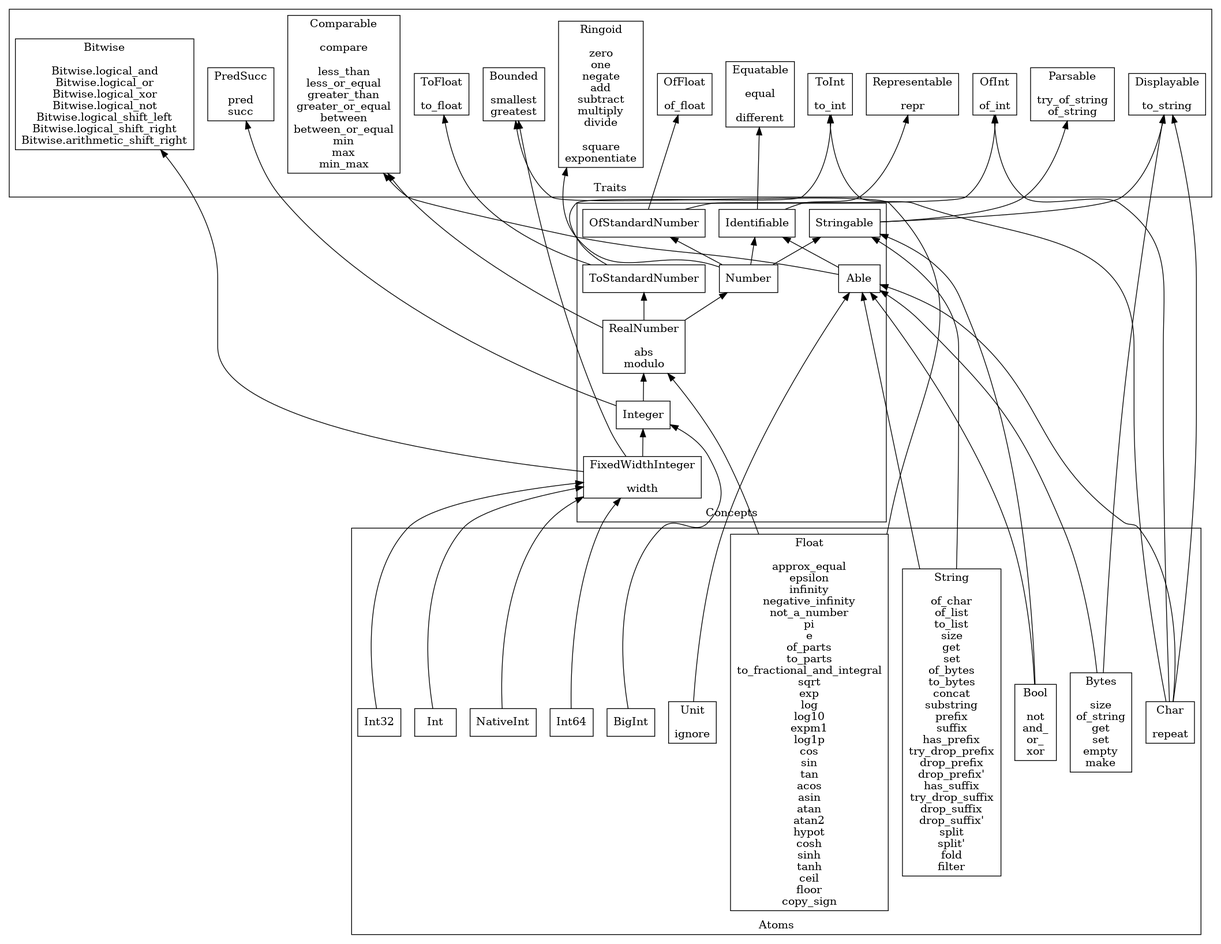
Before: docs/Facets.png, a diagram exported from Graphviz (jacquev6/General). Its source is kept beside it as src/Generated/Facets.dot.
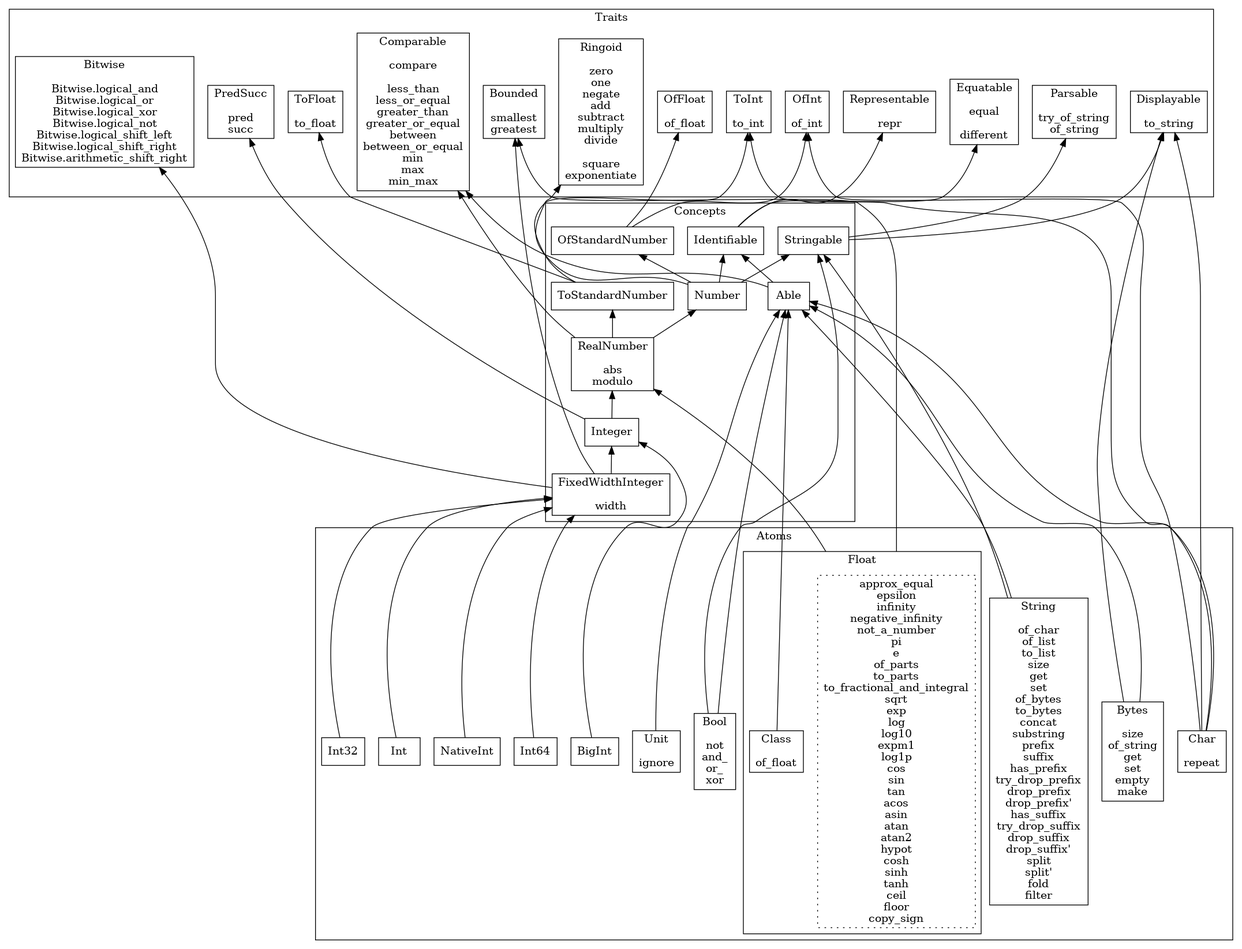
The same file after the commit.

Commit message:
Generate specification for type Float and its subtype Class

What changed in the source:
```diff
@@ -1,47 +1,56 @@
 digraph {
+  compound=true
   rankdir="BT"
   node [shape="box"]
   subgraph cluster_Traits {
-    label="Traits";
-    representable [label="Representable\n\nrepr"];
-    equatable [label="Equatable\n\nequal\n\ndifferent"];
-    displayable [label="Displayable\n\nto_string"];
-    parsable [label="Parsable\n\ntry_of_string\nof_string"];
-    comparable [label="Comparable\n\ncompare\n\nless_than\nless_or_equal\ngreater_than\ngreater_or_equal\nbetween\nbetween_or_equal\nmin\nmax\nmin_max"];
-    ringoid [label="Ringoid\n\nzero\none\nnegate\nadd\nsubtract\nmultiply\ndivide\n\nsquare\nexponentiate"];
-    ofint [label="OfInt\n\nof_int"];
-    toint [label="ToInt\n\nto_int"];
-    offloat [label="OfFloat\n\nof_float"];
-    tofloat [label="ToFloat\n\nto_float"];
-    predsucc [label="PredSucc\n\npred\nsucc"];
-    bounded [label="Bounded\n\nsmallest\ngreatest"];
-    bitwise [label="Bitwise\n\nBitwise.logical_and\nBitwise.logical_or\nBitwise.logical_xor\nBitwise.logical_not\nBitwise.logical_shift_left\nBitwise.logical_shift_right\nBitwise.arithmetic_shift_right"];
+    label="Traits"
+    labelloc="b"
+    representable [label="Representable\n\nrepr"]
+    equatable [label="Equatable\n\nequal\n\ndifferent"]
+    displayable [label="Displayable\n\nto_string"]
+    parsable [label="Parsable\n\ntry_of_string\nof_string"]
+    comparable [label="Comparable\n\ncompare\n\nless_than\nless_or_equal\ngreater_than\ngreater_or_equal\nbetween\nbetween_or_equal\nmin\nmax\nmin_max"]
+    ringoid [label="Ringoid\n\nzero\none\nnegate\nadd\nsubtract\nmultiply\ndivide\n\nsquare\nexponentiate"]
+    ofint [label="OfInt\n\nof_int"]
+    toint [label="ToInt\n\nto_int"]
+    offloat [label="OfFloat\n\nof_float"]
+    tofloat [label="ToFloat\n\nto_float"]
+    predsucc [label="PredSucc\n\npred\nsucc"]
+    bounded [label="Bounded\n\nsmallest\ngreatest"]
+    bitwise [label="Bitwise\n\nBitwise.logical_and\nBitwise.logical_or\nBitwise.logical_xor\nBitwise.logical_not\nBitwise.logical_shift_left\nBitwise.logical_shift_right\nBitwise.arithmetic_shift_right"]
   }
   subgraph cluster_Concepts {
-    label="Concepts";
-    identifiable [label="Identifiable"];
-    able [label="Able"];
-    stringable [label="Stringable"];
-    ofstandardnumber [label="OfStandardNumber"];
-    number [label="Number"];
-    tostandardnumber [label="ToStandardNumber"];
-    realnumber [label="RealNumber\n\nabs\nmodulo"];
-    integer [label="Integer"];
-    fixedwidthinteger [label="FixedWidthInteger\n\nwidth"];
+    label="Concepts"
+    labelloc="b"
+    identifiable [label="Identifiable"]
+    able [label="Able"]
+    stringable [label="Stringable"]
+    ofstandardnumber [label="OfStandardNumber"]
+    number [label="Number"]
+    tostandardnumber [label="ToStandardNumber"]
+    realnumber [label="RealNumber\n\nabs\nmodulo"]
+    integer [label="Integer"]
+    fixedwidthinteger [label="FixedWidthInteger\n\nwidth"]
   }
   subgraph cluster_Atoms {
-    label="Atoms";
-    unit [label="Unit\n\nignore"];
-    bool [label="Bool\n\nnot\nand_\nor_\nxor"];
-    char [label="Char\n\nrepeat"];
-    int [label="Int"];
-    int32 [label="Int32"];
-    int64 [label="Int64"];
-    nativeint [label="NativeInt"];
-    bigint [label="BigInt"];
-    float [label="Float\n\napprox_equal\nepsilon\ninfinity\nnegative_infinity\nnot_a_number\npi\ne\nof_parts\nto_parts\nto_fractional_and_integral\nsqrt\nexp\nlog\nlog10\nexpm1\nlog1p\ncos\nsin\ntan\nacos\nasin\natan\natan2\nhypot\ncosh\nsinh\ntanh\nceil\nfloor\ncopy_sign"];
-    string [label="String\n\nof_char\nof_list\nto_list\nsize\nget\nset\nof_bytes\nto_bytes\nconcat\nsubstring\nprefix\nsuffix\nhas_prefix\ntry_drop_prefix\ndrop_prefix\ndrop_prefix'\nhas_suffix\ntry_drop_suffix\ndrop_suffix\ndrop_suffix'\nsplit\nsplit'\nfold\nfilter"];
-    bytes [label="Bytes\n\nsize\nof_string\nget\nset\nempty\nmake"];
+    label="Atoms"
+    labelloc="b"
+    unit [label="Unit\n\nignore"]
+    bool [label="Bool\n\nnot\nand_\nor_\nxor"]
+    char [label="Char\n\nrepeat"]
+    int [label="Int"]
+    int32 [label="Int32"]
+    int64 [label="Int64"]
+    nativeint [label="NativeInt"]
+    bigint [label="BigInt"]
+    subgraph cluster_Float {
+      label="Float"
+      labelloc="b"
+      float [style="dotted",label="approx_equal\nepsilon\ninfinity\nnegative_infinity\nnot_a_number\npi\ne\nof_parts\nto_parts\nto_fractional_and_integral\nsqrt\nexp\nlog\nlog10\nexpm1\nlog1p\ncos\nsin\ntan\nacos\nasin\natan\natan2\nhypot\ncosh\nsinh\ntanh\nceil\nfloor\ncopy_sign"]
+      float_class [label="Class\n\nof_float"]
+    }
+    string [label="String\n\nof_char\nof_list\nto_list\nsize\nget\nset\nof_bytes\nto_bytes\nconcat\nsubstring\nprefix\nsuffix\nhas_prefix\ntry_drop_prefix\ndrop_prefix\ndrop_prefix'\nhas_suffix\ntry_drop_suffix\ndrop_suffix\ndrop_suffix'\nsplit\nsplit'\nfold\nfilter"]
+    bytes [label="Bytes\n\nsize\nof_string\nget\nset\nempty\nmake"]
   }
   identifiable -> equatable
   identifiable -> representable
@@ -77,8 +86,9 @@
   int64 -> fixedwidthinteger
   nativeint -> fixedwidthinteger
   bigint -> integer
-  float -> realnumber
-  float -> bounded
+  float -> realnumber [ltail="cluster_Float"]
+  float -> bounded [ltail="cluster_Float"]
+  float_class -> able
   string -> able
   string -> stringable
   bytes -> able
```
